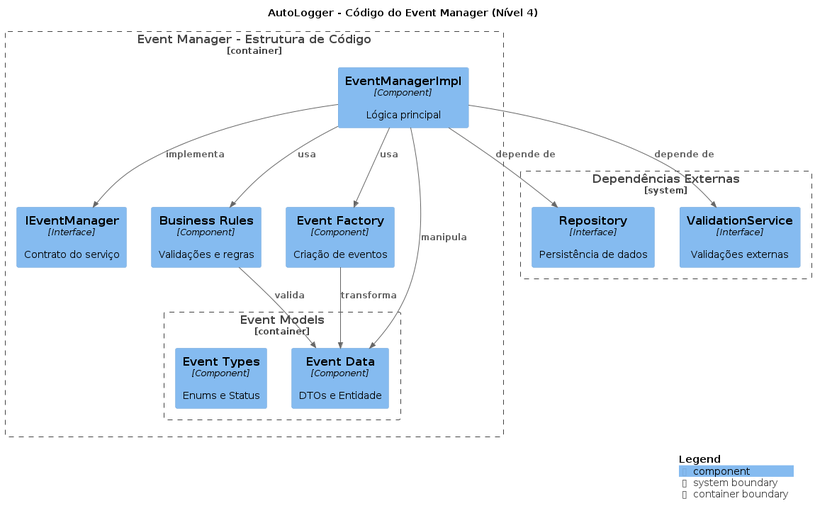
The PlantUML diagram docs/c4_architecture/c4_level4.png in Pellegr1n1/autologger-services, before a commit.
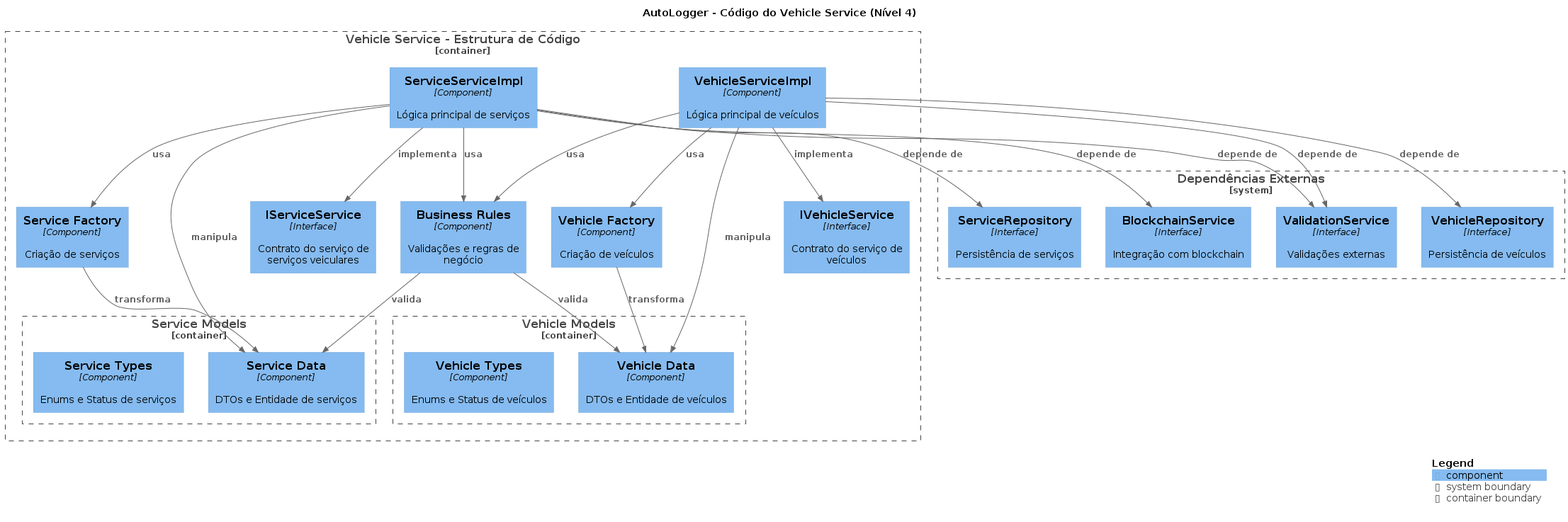
The same file after the commit.

The edit, as a diff of the source:
```diff
@@ -2,35 +2,55 @@
 !includeurl https://raw.githubusercontent.com/plantuml-stdlib/C4-PlantUML/master/C4.puml
 !includeurl https://raw.githubusercontent.com/plantuml-stdlib/C4-PlantUML/master/C4_Component.puml
 
-title AutoLogger - Código do Event Manager (Nível 4)
+title AutoLogger - Código do Vehicle Service (Nível 4)
 
-Container_Boundary(event_manager_code, "Event Manager - Estrutura de Código") {
-    Component(ievent_manager, "IEventManager", "Interface", "Contrato do serviço")
-    Component(event_manager_impl, "EventManagerImpl", "Component", "Lógica principal")
+Container_Boundary(vehicle_service_code, "Vehicle Service - Estrutura de Código") {
+    Component(ivehicle_service, "IVehicleService", "Interface", "Contrato do serviço de veículos")
+    Component(vehicle_service_impl, "VehicleServiceImpl", "Component", "Lógica principal de veículos")
 
-    Container_Boundary(event_models, "Event Models") {
-        Component(event_data, "Event Data", "Component", "DTOs e Entidade")
-        Component(event_types, "Event Types", "Component", "Enums e Status")
+    Component(iservice_service, "IServiceService", "Interface", "Contrato do serviço de serviços veiculares")
+    Component(service_service_impl, "ServiceServiceImpl", "Component", "Lógica principal de serviços")
+
+    Container_Boundary(vehicle_models, "Vehicle Models") {
+        Component(vehicle_data, "Vehicle Data", "Component", "DTOs e Entidade de veículos")
+        Component(vehicle_types, "Vehicle Types", "Component", "Enums e Status de veículos")
     }
 
-    Component(business_rules, "Business Rules", "Component", "Validações e regras")
-    Component(event_factory, "Event Factory", "Component", "Criação de eventos")
+    Container_Boundary(service_models, "Service Models") {
+        Component(service_data, "Service Data", "Component", "DTOs e Entidade de serviços")
+        Component(service_types, "Service Types", "Component", "Enums e Status de serviços")
+    }
+
+    Component(business_rules, "Business Rules", "Component", "Validações e regras de negócio")
+    Component(vehicle_factory, "Vehicle Factory", "Component", "Criação de veículos")
+    Component(service_factory, "Service Factory", "Component", "Criação de serviços")
 }
 
-Rel(event_manager_impl, ievent_manager, "implementa")
-Rel(event_manager_impl, event_data, "manipula")
-Rel(event_manager_impl, business_rules, "usa")
-Rel(event_manager_impl, event_factory, "usa")
-Rel(event_factory, event_data, "transforma")
-Rel(business_rules, event_data, "valida")
+Rel(vehicle_service_impl, ivehicle_service, "implementa")
+Rel(service_service_impl, iservice_service, "implementa")
+Rel(vehicle_service_impl, vehicle_data, "manipula")
+Rel(service_service_impl, service_data, "manipula")
+Rel(vehicle_service_impl, business_rules, "usa")
+Rel(service_service_impl, business_rules, "usa")
+Rel(vehicle_service_impl, vehicle_factory, "usa")
+Rel(service_service_impl, service_factory, "usa")
+Rel(vehicle_factory, vehicle_data, "transforma")
+Rel(service_factory, service_data, "transforma")
+Rel(business_rules, vehicle_data, "valida")
+Rel(business_rules, service_data, "valida")
 
 System_Boundary(external, "Dependências Externas") {
-    Component(repository, "Repository", "Interface", "Persistência de dados")
+    Component(vehicle_repository, "VehicleRepository", "Interface", "Persistência de veículos")
+    Component(service_repository, "ServiceRepository", "Interface", "Persistência de serviços")
     Component(validation, "ValidationService", "Interface", "Validações externas")
+    Component(blockchain, "BlockchainService", "Interface", "Integração com blockchain")
 }
 
-Rel(event_manager_impl, repository, "depende de")
-Rel(event_manager_impl, validation, "depende de")
+Rel(vehicle_service_impl, vehicle_repository, "depende de")
+Rel(service_service_impl, service_repository, "depende de")
+Rel(vehicle_service_impl, validation, "depende de")
+Rel(service_service_impl, validation, "depende de")
+Rel(service_service_impl, blockchain, "depende de")
 
 SHOW_LEGEND()
 @enduml
```
